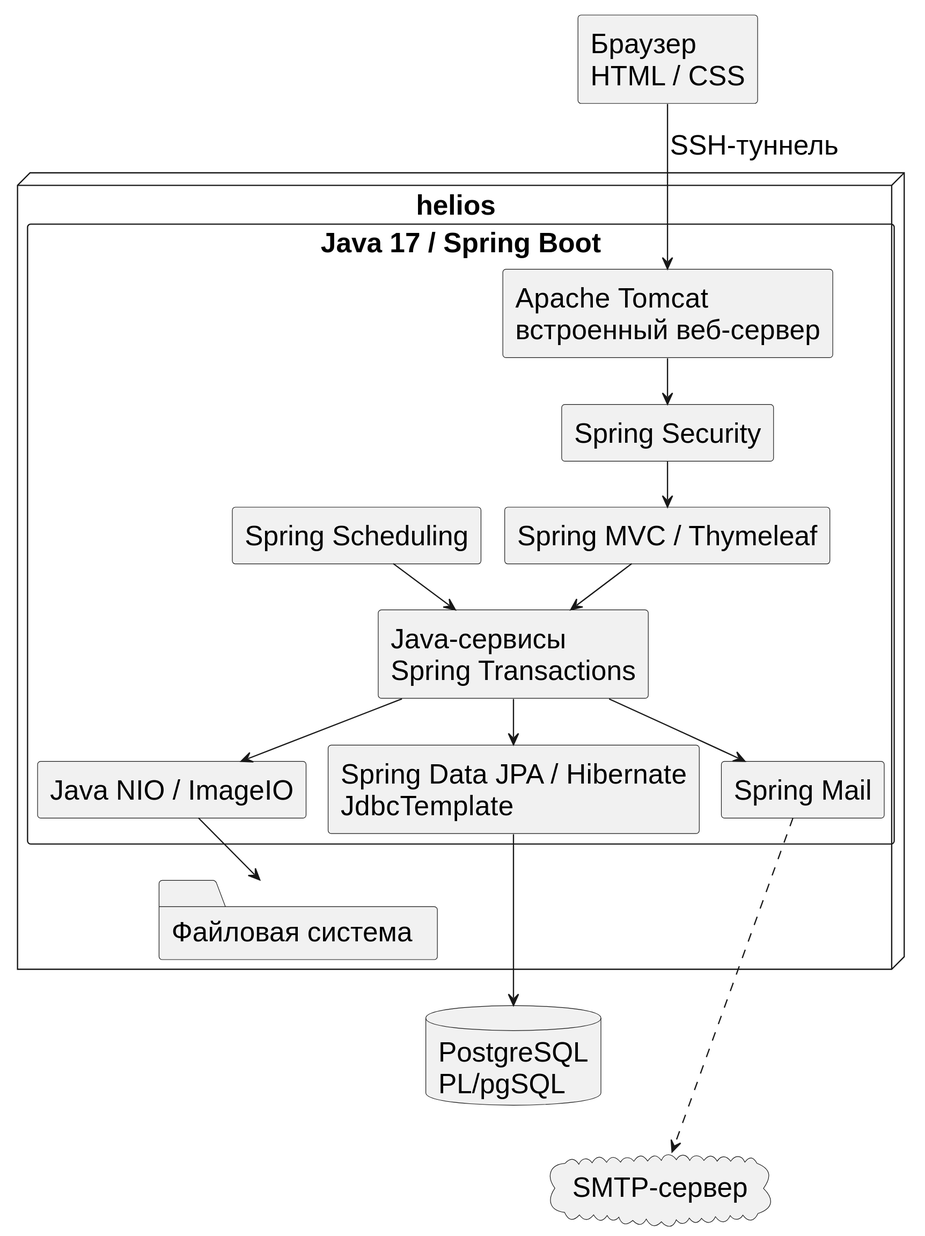
Before: docs/part1/uml/revised/system_architecture.svg, a diagram exported from PlantUML (evgrart/Information-system-course-work). Its source is kept beside it as docs/part1/uml/revised/system_architecture.puml.
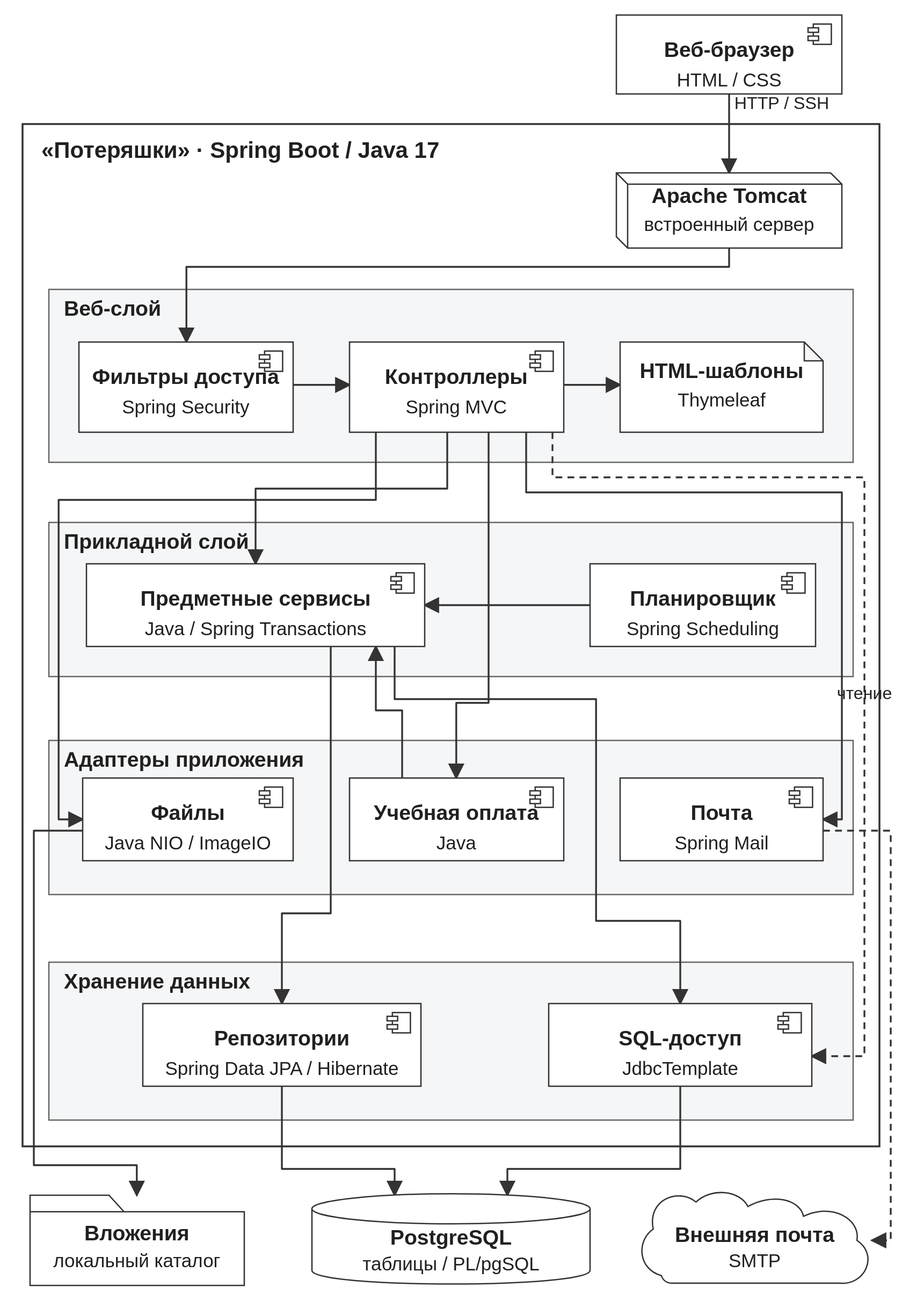
After the change.

Change to the diagram source:
```diff
@@ -3,37 +3,52 @@
 top to bottom direction
 skinparam dpi 160
 skinparam defaultFontName Arial
-skinparam defaultFontSize 22
+skinparam defaultFontSize 20
 skinparam shadowing false
 skinparam packageStyle rectangle
-skinparam componentStyle rectangle
-component "Браузер\nHTML / CSS" as Browser
-node "helios" {
-  rectangle "Java 17 / Spring Boot" {
-    component "Apache Tomcat\nвстроенный веб-сервер" as Tomcat
-    component "Spring Security" as Security
-    component "Spring MVC / Thymeleaf" as Presentation
-    component "Java-сервисы\nSpring Transactions" as Logic
-    component "Spring Data JPA / Hibernate\nJdbcTemplate" as Storage
-    component "Spring Scheduling" as Jobs
-    component "Spring Mail" as MailAdapter
-    component "Java NIO / ImageIO" as Media
+skinparam componentStyle uml2
+component "Веб-браузер\nHTML / CSS" as Browser <<клиент>>
+frame "Приложение «Потеряшки» · Spring Boot / Java 17" {
+  node "Встроенный Apache Tomcat" as Tomcat
+  package "Веб-слой" {
+    component "Фильтры доступа\nSpring Security" as Security
+    component "MVC-контроллеры\nSpring MVC" as Controllers
+    artifact "HTML-шаблоны\nThymeleaf" as Templates
   }
-  folder "Файловая система" as Files
+  package "Прикладной слой" {
+    component "Предметные сервисы\nSpring Transactions" as Services
+    component "Планировщик\nSpring Scheduling" as Jobs
+  }
+  package "Хранение данных" {
+    component "Репозитории\nSpring Data JPA / Hibernate" as Repositories
+    component "SQL-доступ\nJdbcTemplate" as SQL
+  }
+  package "Адаптеры приложения" {
+    component "Файлы\nJava NIO / ImageIO" as Media
+    component "Почта\nSpring Mail" as MailAdapter
+    component "Учебная оплата\nJava" as Payments
+  }
 }
-database "PostgreSQL\nPL/pgSQL" as DB
+database "PostgreSQL\nтаблицы и PL/pgSQL" as DB
+folder "Закрытый каталог\nвложений" as Files
 cloud "SMTP-сервер" as Mail
-Browser --> Tomcat : SSH-туннель
+Browser --> Tomcat : HTTP через SSH
 Tomcat --> Security
-Security --> Presentation
-Presentation --> Logic
-Jobs --> Logic
-Logic --> Storage
-Logic --> Media
-Logic --> MailAdapter
-Storage --> DB
+Security --> Controllers
+Controllers --> Templates : модель страницы
+Controllers --> Services
+Controllers ..> SQL : чтение
+Controllers --> Media
+Controllers --> MailAdapter
+Controllers --> Payments
+Payments --> Services
+Jobs --> Services
+Services --> Repositories
+Services --> SQL
+Repositories --> DB
+SQL --> DB
 Media --> Files
-MailAdapter ..> Mail
+MailAdapter ..> Mail : при настройке SMTP
 Files -[hidden]down- DB
 DB -[hidden]down- Mail
 @enduml
```
